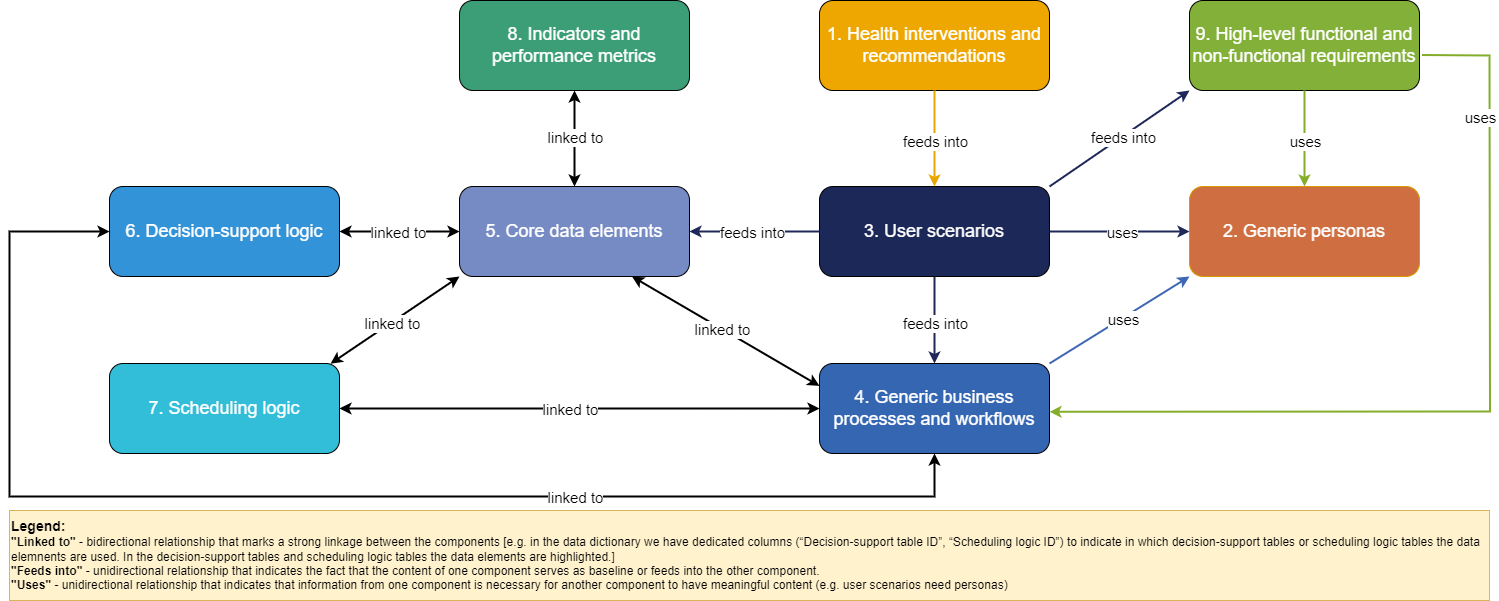
Above: input/images/L2_DAK_components_relationships.png in WorldHealthOrganization/smart-ig-starter-kit (draw.io), before the change. Source tidied: cells renumbered, new cells last; positions are measured from the earlier drawing's top-left corner, leaving out a move shared by most shapes.
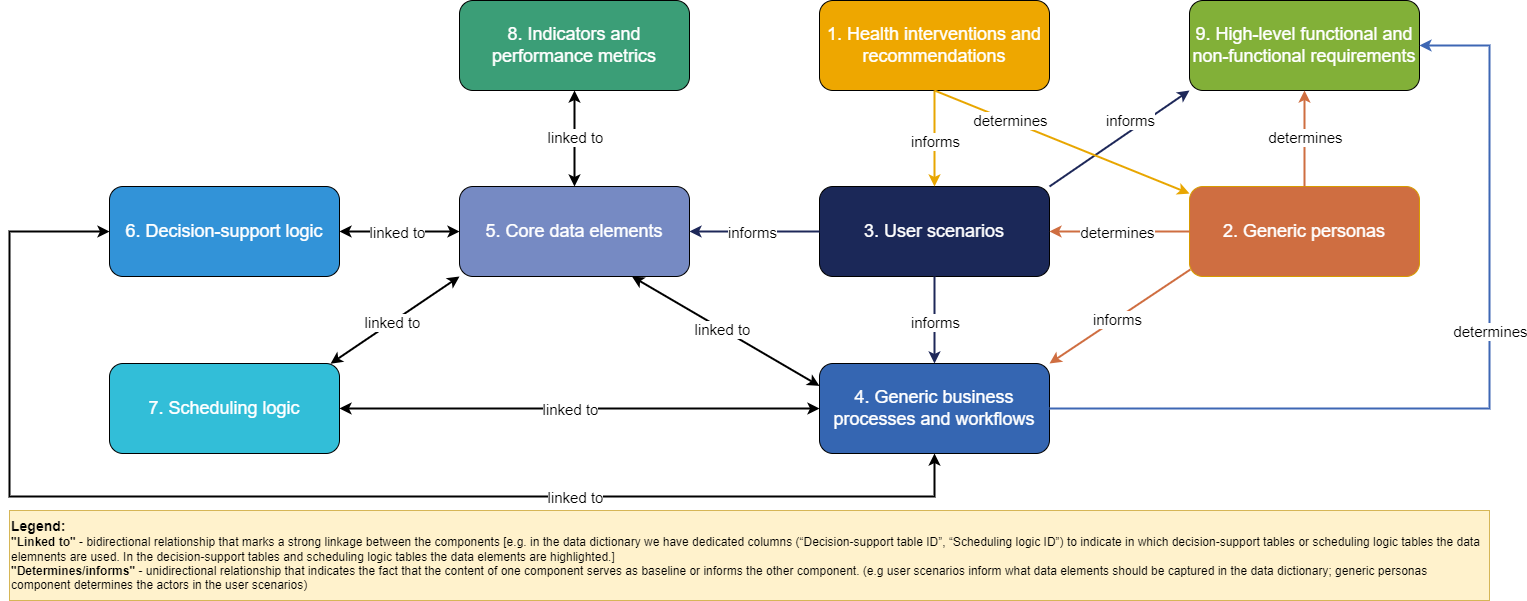
Above is the later version.

Change to the diagram source:
```diff
@@ -76,61 +76,70 @@
     <mxCell id="23" style="endArrow=classic;startArrow=none;html=1;rounded=0;strokeWidth=2;entryX=0.5;entryY=0;entryDx=0;entryDy=0;strokeColor=#e8a600;startFill=0;" parent="1" edge="1" source="2" target="6">
       <mxGeometry relative="1" as="geometry" />
     </mxCell>
-    <mxCell id="24" value="feeds into" style="edgeLabel;html=1;align=center;verticalAlign=middle;fontSize=15;" parent="23" vertex="1">
+    <mxCell id="24" value="informs" style="edgeLabel;html=1;align=center;verticalAlign=middle;fontSize=15;" parent="23" vertex="1">
       <mxGeometry x="0.04" relative="1" as="geometry" />
     </mxCell>
-    <mxCell id="25" style="endArrow=classic;startArrow=none;html=1;rounded=0;strokeWidth=2;entryX=0.5;entryY=0;entryDx=0;entryDy=0;strokeColor=#84ad2c;startFill=0;exitX=0.5;exitY=1;exitDx=0;exitDy=0;" parent="1" edge="1" source="4" target="3">
-      <mxGeometry relative="1" as="geometry" />
-    </mxCell>
-    <mxCell id="26" value="uses" style="edgeLabel;html=1;align=center;verticalAlign=middle;fontSize=15;" parent="25" vertex="1">
-      <mxGeometry x="0.04" relative="1" as="geometry" />
-    </mxCell>
-    <mxCell id="27" style="endArrow=classic;startArrow=none;html=1;rounded=0;strokeWidth=2;entryX=0;entryY=0.5;entryDx=0;entryDy=0;strokeColor=#1e2859;startFill=0;exitX=1;exitY=0.5;exitDx=0;exitDy=0;" parent="1" edge="1" source="6" target="3">
-      <mxGeometry relative="1" as="geometry" />
-    </mxCell>
-    <mxCell id="28" value="uses" style="edgeLabel;html=1;align=center;verticalAlign=middle;fontSize=15;" parent="27" vertex="1">
-      <mxGeometry x="0.04" relative="1" as="geometry" />
-    </mxCell>
-    <mxCell id="29" style="endArrow=classic;startArrow=none;html=1;rounded=0;strokeWidth=2;strokeColor=#3e67b4;startFill=0;exitX=1;exitY=0;exitDx=0;exitDy=0;entryX=0;entryY=1;entryDx=0;entryDy=0;" parent="1" edge="1" source="9" target="3">
-      <mxGeometry relative="1" as="geometry" />
-    </mxCell>
-    <mxCell id="30" value="uses" style="edgeLabel;html=1;align=center;verticalAlign=middle;fontSize=15;" parent="29" vertex="1">
-      <mxGeometry x="0.04" relative="1" as="geometry" />
-    </mxCell>
     <mxCell id="31" style="endArrow=classic;startArrow=none;html=1;rounded=0;strokeWidth=2;entryX=0;entryY=1;entryDx=0;entryDy=0;strokeColor=#1e2859;startFill=0;exitX=1;exitY=0;exitDx=0;exitDy=0;" parent="1" edge="1" source="6" target="4">
       <mxGeometry relative="1" as="geometry" />
     </mxCell>
-    <mxCell id="32" value="feeds into" style="edgeLabel;html=1;align=center;verticalAlign=middle;fontSize=15;" parent="31" vertex="1">
-      <mxGeometry x="0.04" relative="1" as="geometry" />
+    <mxCell id="32" value="informs" style="edgeLabel;html=1;align=center;verticalAlign=middle;fontSize=15;" parent="31" vertex="1">
+      <mxGeometry x="0.04" relative="1" as="geometry">
+        <mxPoint x="7" y="-16" as="offset" />
+      </mxGeometry>
     </mxCell>
     <mxCell id="33" style="endArrow=classic;startArrow=none;html=1;rounded=0;strokeWidth=2;entryX=0.5;entryY=0;entryDx=0;entryDy=0;strokeColor=#1e2859;startFill=0;exitX=0.5;exitY=1;exitDx=0;exitDy=0;" parent="1" edge="1" source="6" target="9">
       <mxGeometry relative="1" as="geometry" />
     </mxCell>
-    <mxCell id="34" value="feeds into" style="edgeLabel;html=1;align=center;verticalAlign=middle;fontSize=15;" parent="33" vertex="1">
+    <mxCell id="34" value="informs" style="edgeLabel;html=1;align=center;verticalAlign=middle;fontSize=15;" parent="33" vertex="1">
       <mxGeometry x="0.04" relative="1" as="geometry" />
     </mxCell>
     <mxCell id="35" style="endArrow=classic;startArrow=none;html=1;rounded=0;strokeWidth=2;entryX=1;entryY=0.5;entryDx=0;entryDy=0;strokeColor=#1e2859;startFill=0;exitX=0;exitY=0.5;exitDx=0;exitDy=0;" parent="1" edge="1" source="6" target="8">
       <mxGeometry relative="1" as="geometry" />
     </mxCell>
-    <mxCell id="36" value="feeds into" style="edgeLabel;html=1;align=center;verticalAlign=middle;fontSize=15;" parent="35" vertex="1">
+    <mxCell id="36" value="informs" style="edgeLabel;html=1;align=center;verticalAlign=middle;fontSize=15;" parent="35" vertex="1">
       <mxGeometry x="0.04" relative="1" as="geometry" />
     </mxCell>
-    <mxCell id="37" style="endArrow=classic;startArrow=none;html=1;rounded=0;strokeWidth=2;entryX=0.998;entryY=0.637;entryDx=0;entryDy=0;strokeColor=#84ad2c;startFill=0;entryPerimeter=0;exitX=1.011;exitY=0.606;exitDx=0;exitDy=0;exitPerimeter=0;" parent="1" edge="1" source="4">
-      <mxGeometry relative="1" as="geometry">
-        <mxPoint x="1040" y="411.3" as="targetPoint" />
-        <Array as="points">
-          <mxPoint x="1480" y="55" />
-          <mxPoint x="1480.5" y="411" />
-        </Array>
-      </mxGeometry>
-    </mxCell>
-    <mxCell id="38" value="uses" style="edgeLabel;html=1;align=center;verticalAlign=middle;fontSize=15;" parent="37" vertex="1">
-      <mxGeometry x="0.04" relative="1" as="geometry">
-        <mxPoint x="16" y="-295" as="offset" />
-      </mxGeometry>
-    </mxCell>
-    <mxCell id="39" value="&lt;b&gt;&lt;font style=&quot;font-size: 14px;&quot;&gt;Legend:&lt;/font&gt;&lt;/b&gt;&lt;div&gt;&lt;b&gt;&quot;Linked to&quot;&lt;/b&gt; - bidirectional relationship that marks a strong linkage between the components [e.g.&amp;nbsp;&lt;span style=&quot;background-color: initial;&quot;&gt;in the data dictionary we have dedicated columns (&lt;/span&gt;&lt;span style=&quot;background-color: initial;&quot;&gt;“Decision-support table ID”, “Scheduling logic ID”)&amp;nbsp;&lt;/span&gt;&lt;span style=&quot;background-color: initial;&quot;&gt;to indicate in which decision-support tables or scheduling logic tables the data elemnents are used. In the decision-support tables and scheduling logic tables the data elements are highlighted.]&lt;/span&gt;&lt;/div&gt;&lt;div&gt;&lt;span style=&quot;background-color: initial;&quot;&gt;&lt;b&gt;&quot;Feeds into&quot;&lt;/b&gt; - unidirectional relationship that indicates the fact that the content of one component serves as baseline or&amp;nbsp;&lt;/span&gt;&lt;span style=&quot;background-color: initial;&quot;&gt;feeds into&lt;/span&gt;&lt;span style=&quot;background-color: initial;&quot;&gt;&amp;nbsp;the other component.&lt;br&gt;&lt;b&gt;&quot;Uses&quot;&lt;/b&gt; - unidirectional relationship that indicates that information from one component is necessary for another component to have meaningful content (e.g. user scenarios need personas)&lt;/span&gt;&lt;/div&gt;" style="rounded=0;whiteSpace=wrap;html=1;fillColor=#fff2cc;strokeColor=#d6b656;align=left;" parent="1" vertex="1">
+    <mxCell id="39" value="&lt;b&gt;&lt;font style=&quot;font-size: 14px;&quot;&gt;Legend:&lt;/font&gt;&lt;/b&gt;&lt;div&gt;&lt;b&gt;&quot;Linked to&quot;&lt;/b&gt; - bidirectional relationship that marks a strong linkage between the components [e.g.&amp;nbsp;&lt;span style=&quot;background-color: initial;&quot;&gt;in the data dictionary we have dedicated columns (&lt;/span&gt;&lt;span style=&quot;background-color: initial;&quot;&gt;“Decision-support table ID”, “Scheduling logic ID”)&amp;nbsp;&lt;/span&gt;&lt;span style=&quot;background-color: initial;&quot;&gt;to indicate in which decision-support tables or scheduling logic tables the data elemnents are used. In the decision-support tables and scheduling logic tables the data elements are highlighted.]&lt;/span&gt;&lt;/div&gt;&lt;div&gt;&lt;span style=&quot;background-color: initial;&quot;&gt;&lt;b&gt;&quot;Determines/informs&quot;&lt;/b&gt; - unidirectional relationship that indicates the fact that the content of one component serves as baseline or&amp;nbsp;&lt;/span&gt;&lt;span style=&quot;background-color: initial;&quot;&gt;informs&lt;/span&gt;&lt;span style=&quot;background-color: initial;&quot;&gt;&amp;nbsp;the other component. (e.g user scenarios inform what data elements should be captured in the data dictionary; generic personas component determines the actors in the user scenarios)&lt;br&gt;&lt;/span&gt;&lt;/div&gt;" style="rounded=0;whiteSpace=wrap;html=1;fillColor=#fff2cc;strokeColor=#d6b656;align=left;" parent="1" vertex="1">
       <mxGeometry y="510" width="1480" height="90" as="geometry" />
     </mxCell>
+    <mxCell id="40" style="endArrow=classic;startArrow=none;html=1;rounded=0;strokeWidth=2;entryX=0;entryY=0.078;entryDx=0;entryDy=0;strokeColor=#e8a600;startFill=0;entryPerimeter=0;exitX=0.5;exitY=1;exitDx=0;exitDy=0;" parent="1" edge="1" source="2" target="3">
+      <mxGeometry relative="1" as="geometry" />
+    </mxCell>
+    <mxCell id="41" value="determines" style="edgeLabel;html=1;align=center;verticalAlign=middle;fontSize=15;" parent="40" vertex="1">
+      <mxGeometry x="0.04" relative="1" as="geometry">
+        <mxPoint x="-58" y="-24" as="offset" />
+      </mxGeometry>
+    </mxCell>
+    <mxCell id="42" style="endArrow=classic;startArrow=none;html=1;rounded=0;strokeWidth=2;strokeColor=#3e67b4;startFill=0;exitX=1;exitY=0.5;exitDx=0;exitDy=0;" parent="1" edge="1" source="9" target="4">
+      <mxGeometry relative="1" as="geometry">
+        <Array as="points">
+          <mxPoint x="1480" y="408" />
+          <mxPoint x="1480" y="45" />
+        </Array>
+      </mxGeometry>
+    </mxCell>
+    <mxCell id="43" value="determines" style="edgeLabel;html=1;align=center;verticalAlign=middle;fontSize=15;" parent="42" vertex="1">
+      <mxGeometry x="0.04" relative="1" as="geometry">
+        <mxPoint y="-63" as="offset" />
+      </mxGeometry>
+    </mxCell>
+    <mxCell id="44" style="endArrow=classic;startArrow=none;html=1;rounded=0;strokeWidth=2;strokeColor=#CF6E41;startFill=0;exitX=0.5;exitY=0;exitDx=0;exitDy=0;fillColor=#CF6E41;" parent="1" edge="1" source="3" target="4">
+      <mxGeometry relative="1" as="geometry" />
+    </mxCell>
+    <mxCell id="45" value="determines" style="edgeLabel;html=1;align=center;verticalAlign=middle;fontSize=15;" parent="44" vertex="1">
+      <mxGeometry x="0.04" relative="1" as="geometry" />
+    </mxCell>
+    <mxCell id="46" style="endArrow=classic;startArrow=none;html=1;rounded=0;strokeWidth=2;strokeColor=#CF6E41;startFill=0;exitX=0.004;exitY=0.922;exitDx=0;exitDy=0;fillColor=#CF6E41;entryX=1;entryY=0;entryDx=0;entryDy=0;exitPerimeter=0;" parent="1" edge="1" source="3" target="9">
+      <mxGeometry relative="1" as="geometry" />
+    </mxCell>
+    <mxCell id="47" value="informs" style="edgeLabel;html=1;align=center;verticalAlign=middle;fontSize=15;" parent="46" vertex="1">
+      <mxGeometry x="0.04" relative="1" as="geometry" />
+    </mxCell>
+    <mxCell id="48" style="endArrow=classic;startArrow=none;html=1;rounded=0;strokeWidth=2;strokeColor=#CF6E41;startFill=0;exitX=0;exitY=0.5;exitDx=0;exitDy=0;fillColor=#CF6E41;entryX=1;entryY=0.5;entryDx=0;entryDy=0;" parent="1" edge="1" source="3" target="6">
+      <mxGeometry relative="1" as="geometry" />
+    </mxCell>
+    <mxCell id="49" value="determines" style="edgeLabel;html=1;align=center;verticalAlign=middle;fontSize=15;" parent="48" vertex="1">
+      <mxGeometry x="0.04" relative="1" as="geometry" />
+    </mxCell>
   </root>
 </mxGraphModel>
```
